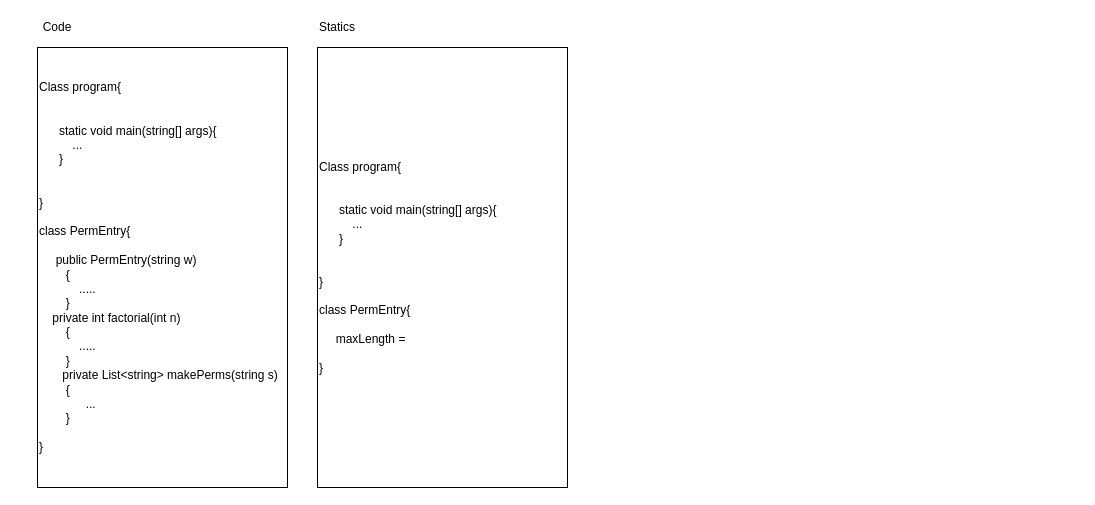
Rosebaugh/CS501 keeps this draw.io diagram as Lab11.drawio. Above is the earlier version. Source tidied: cells renumbered, new cells numbered last; positions are measured from the earlier drawing's top-left corner, leaving out a move shared by most shapes. Both pictures are drawn from the tidied source at 100%, with x=0, y=0 at pixel (37, 17).
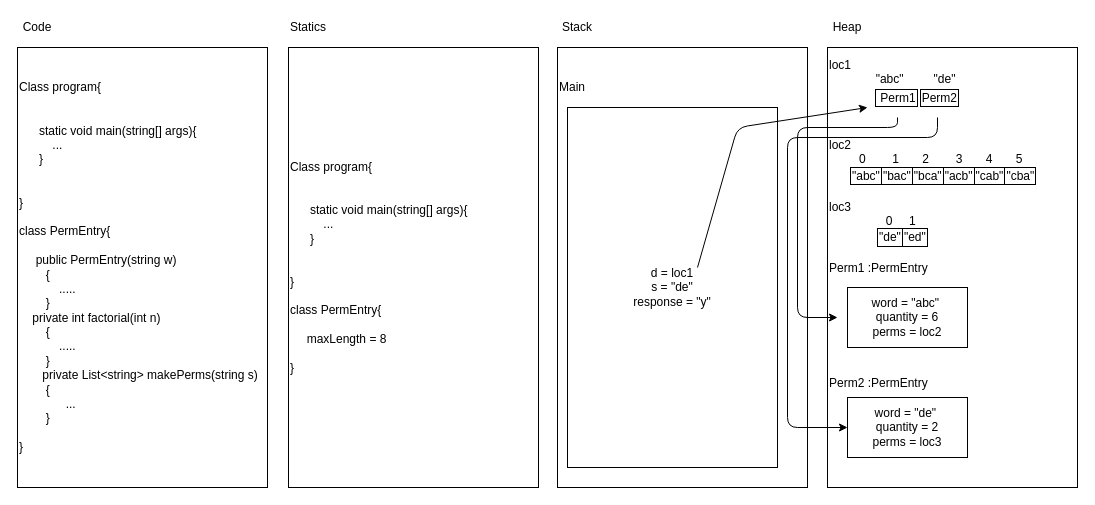
The same diagram, later.

Diff of the diagram source:
```diff
@@
     <mxCell id="2" value="Class program{&lt;br&gt;&lt;br&gt;&lt;div&gt;&lt;br&gt;&lt;/div&gt;&amp;nbsp; &amp;nbsp; &amp;nbsp; static void main(string[] args){&lt;br&gt;&amp;nbsp; &amp;nbsp; &amp;nbsp; &amp;nbsp; &amp;nbsp; ...&lt;br&gt;&amp;nbsp; &amp;nbsp; &amp;nbsp; }&lt;br&gt;&lt;br&gt;&lt;br&gt;}&lt;br&gt;&lt;br&gt;class PermEntry{&lt;br&gt;&lt;br&gt;&amp;nbsp; &amp;nbsp; &amp;nbsp;&lt;span&gt;public PermEntry(string w)&lt;/span&gt;&lt;div&gt;&amp;nbsp; &amp;nbsp; &amp;nbsp; &amp;nbsp; {&lt;/div&gt;&lt;div&gt;&amp;nbsp; &amp;nbsp; &amp;nbsp; &amp;nbsp; &amp;nbsp; &amp;nbsp; .....&lt;/div&gt;&lt;div&gt;&amp;nbsp; &amp;nbsp; &amp;nbsp; &amp;nbsp; }&lt;/div&gt;&lt;div&gt;&amp;nbsp; &amp;nbsp;&amp;nbsp;&lt;span&gt;private int factorial(int n)&lt;/span&gt;&lt;/div&gt;&lt;div&gt;&amp;nbsp; &amp;nbsp; &amp;nbsp; &amp;nbsp; {&lt;/div&gt;&lt;div&gt;&amp;nbsp; &amp;nbsp; &amp;nbsp; &amp;nbsp; &amp;nbsp; &amp;nbsp; .....&lt;/div&gt;&lt;div&gt;&amp;nbsp; &amp;nbsp; &amp;nbsp; &amp;nbsp; }&lt;/div&gt;&amp;nbsp; &amp;nbsp; &amp;nbsp;&amp;nbsp;&lt;span&gt;&amp;nbsp;private List&amp;lt;string&amp;gt; makePerms(string s)&lt;/span&gt;&lt;div&gt;&amp;nbsp; &amp;nbsp; &amp;nbsp; &amp;nbsp; {&lt;/div&gt;&lt;div&gt;&amp;nbsp; &amp;nbsp; &amp;nbsp; &amp;nbsp; &amp;nbsp; &amp;nbsp; &amp;nbsp; ...&lt;/div&gt;&lt;div&gt;&amp;nbsp; &amp;nbsp; &amp;nbsp; &amp;nbsp; }&lt;/div&gt;&lt;br&gt;}" style="rounded=0;whiteSpace=wrap;html=1;align=left;" parent="1" vertex="1">
-      <mxGeometry y="30" width="250" height="440" as="geometry" />
+      <mxGeometry x="-20" y="30" width="250" height="440" as="geometry" />
     </mxCell>
     <mxCell id="3" value="Code" style="text;html=1;strokeColor=none;fillColor=none;align=center;verticalAlign=middle;whiteSpace=wrap;rounded=0;" parent="1" vertex="1">
-      <mxGeometry width="40" height="20" as="geometry" />
+      <mxGeometry x="-20" width="40" height="20" as="geometry" />
     </mxCell>
-    <mxCell id="4" value="Class program{&lt;br&gt;&lt;br&gt;&lt;div&gt;&lt;br&gt;&lt;/div&gt;&amp;nbsp; &amp;nbsp; &amp;nbsp; static void main(string[] args){&lt;br&gt;&amp;nbsp; &amp;nbsp; &amp;nbsp; &amp;nbsp; &amp;nbsp; ...&lt;br&gt;&amp;nbsp; &amp;nbsp; &amp;nbsp; }&lt;br&gt;&lt;br&gt;&lt;br&gt;}&lt;br&gt;&lt;br&gt;class PermEntry{&lt;br&gt;&lt;br&gt;&amp;nbsp; &amp;nbsp; &amp;nbsp;maxLength =&amp;nbsp;&lt;br&gt;&lt;br&gt;}" style="rounded=0;whiteSpace=wrap;html=1;align=left;" parent="1" vertex="1">
-      <mxGeometry x="280" y="30" width="250" height="440" as="geometry" />
+    <mxCell id="4" value="Class program{&lt;br&gt;&lt;br&gt;&lt;div&gt;&lt;br&gt;&lt;/div&gt;&amp;nbsp; &amp;nbsp; &amp;nbsp; static void main(string[] args){&lt;br&gt;&amp;nbsp; &amp;nbsp; &amp;nbsp; &amp;nbsp; &amp;nbsp; ...&lt;br&gt;&amp;nbsp; &amp;nbsp; &amp;nbsp; }&lt;br&gt;&lt;br&gt;&lt;br&gt;}&lt;br&gt;&lt;br&gt;class PermEntry{&lt;br&gt;&lt;br&gt;&amp;nbsp; &amp;nbsp; &amp;nbsp;maxLength = 8&lt;br&gt;&lt;br&gt;}" style="rounded=0;whiteSpace=wrap;html=1;align=left;" parent="1" vertex="1">
+      <mxGeometry x="251" y="30" width="250" height="440" as="geometry" />
     </mxCell>
     <mxCell id="5" value="Statics" style="text;html=1;strokeColor=none;fillColor=none;align=center;verticalAlign=middle;whiteSpace=wrap;rounded=0;" parent="1" vertex="1">
-      <mxGeometry x="280" width="40" height="20" as="geometry" />
+      <mxGeometry x="251" width="40" height="20" as="geometry" />
     </mxCell>
+    <mxCell id="6" value="Main&amp;nbsp; &amp;nbsp; &amp;nbsp; &amp;nbsp; &amp;nbsp; &amp;nbsp; &amp;nbsp; &amp;nbsp; &amp;nbsp; &amp;nbsp; &amp;nbsp; &amp;nbsp; &amp;nbsp; &amp;nbsp; &amp;nbsp; &amp;nbsp; &amp;nbsp; &amp;nbsp; &amp;nbsp; &amp;nbsp; &amp;nbsp; &amp;nbsp;&amp;nbsp;&lt;br&gt;&lt;br&gt;&lt;br&gt;&lt;br&gt;&lt;br&gt;&lt;br&gt;&lt;br&gt;&lt;br&gt;&lt;br&gt;&lt;br&gt;&lt;br&gt;&lt;br&gt;&lt;br&gt;&lt;br&gt;&lt;br&gt;&lt;br&gt;&lt;br&gt;&lt;br&gt;&lt;br&gt;&lt;br&gt;&lt;br&gt;&lt;br&gt;&lt;br&gt;&lt;br&gt;&lt;br&gt;&lt;br&gt;" style="rounded=0;whiteSpace=wrap;html=1;align=left;" parent="1" vertex="1">
+      <mxGeometry x="520" y="30" width="250" height="440" as="geometry" />
+    </mxCell>
+    <mxCell id="7" value="Stack" style="text;html=1;strokeColor=none;fillColor=none;align=center;verticalAlign=middle;whiteSpace=wrap;rounded=0;" parent="1" vertex="1">
+      <mxGeometry x="520" width="40" height="20" as="geometry" />
+    </mxCell>
+    <mxCell id="8" value="d = loc1&lt;br&gt;s = &quot;de&quot;&lt;br&gt;response = &quot;y&quot;" style="rounded=0;whiteSpace=wrap;html=1;align=center;" parent="1" vertex="1">
+      <mxGeometry x="530" y="90" width="210" height="360" as="geometry" />
+    </mxCell>
+    <mxCell id="9" value="loc1&lt;br&gt;&lt;span&gt;&amp;nbsp; &amp;nbsp; &amp;nbsp; &amp;nbsp; &amp;nbsp; &amp;nbsp; &amp;nbsp; &quot;abc&quot;&amp;nbsp; &amp;nbsp; &amp;nbsp; &amp;nbsp; &amp;nbsp;&quot;de&quot;&amp;nbsp;&lt;/span&gt;&lt;span&gt;&amp;nbsp;&lt;/span&gt;&lt;br&gt;&lt;div&gt;&lt;table&gt;&lt;tbody&gt;&lt;tr&gt;&lt;td&gt;&lt;br&gt;&lt;/td&gt;&lt;td&gt;&lt;br&gt;&lt;/td&gt;&lt;td&gt;&lt;br&gt;&lt;/td&gt;&lt;td&gt;&lt;br&gt;&lt;/td&gt;&lt;td&gt;&lt;br&gt;&lt;/td&gt;&lt;td&gt;&lt;br&gt;&lt;/td&gt;&lt;td&gt;&lt;br&gt;&lt;/td&gt;&lt;td&gt;&lt;br&gt;&lt;/td&gt;&lt;td&gt;&lt;br&gt;&lt;/td&gt;&lt;td&gt;&lt;br&gt;&lt;/td&gt;&lt;td&gt;&lt;br&gt;&lt;/td&gt;&lt;td style=&quot;border: 1px solid rgb(0 , 0 , 0) ; border-collapse: collapse&quot;&gt;&lt;span style=&quot;background-color: rgb(255 , 255 , 255)&quot;&gt;&amp;nbsp;Perm1&lt;/span&gt;&lt;/td&gt;&lt;td style=&quot;border: 1px solid rgb(0 , 0 , 0) ; border-collapse: collapse&quot;&gt;&lt;span style=&quot;background-color: rgb(255 , 255 , 255)&quot;&gt;Perm2&lt;/span&gt;&lt;/td&gt;&lt;/tr&gt;&lt;/tbody&gt;&lt;/table&gt;&lt;br&gt;&lt;/div&gt;&lt;div&gt;&lt;br&gt;&lt;/div&gt;&lt;div&gt;loc2&lt;br&gt;&amp;nbsp; &amp;nbsp; &amp;nbsp; &amp;nbsp; &amp;nbsp;0&amp;nbsp; &amp;nbsp; &amp;nbsp; &amp;nbsp; 1&amp;nbsp; &amp;nbsp; &amp;nbsp; &amp;nbsp;2&amp;nbsp; &amp;nbsp; &amp;nbsp; &amp;nbsp; 3&amp;nbsp; &amp;nbsp; &amp;nbsp; &amp;nbsp;4&amp;nbsp; &amp;nbsp; &amp;nbsp; &amp;nbsp;5&amp;nbsp;&amp;nbsp;&lt;br&gt;&lt;div&gt;&lt;table border=&quot;1&quot; style=&quot;border: 1px solid rgb(255 , 255 , 255) ; border-collapse: collapse&quot;&gt;&lt;tbody&gt;&lt;tr&gt;&lt;td style=&quot;border-collapse: collapse&quot;&gt;&lt;br&gt;&lt;/td&gt;&lt;td&gt;&lt;br&gt;&lt;/td&gt;&lt;td style=&quot;border-collapse: collapse&quot;&gt;&lt;br&gt;&lt;/td&gt;&lt;td&gt;&lt;br&gt;&lt;/td&gt;&lt;td&gt;&lt;br&gt;&lt;/td&gt;&lt;td style=&quot;border-collapse: collapse&quot;&gt;&lt;br&gt;&lt;/td&gt;&lt;td style=&quot;border-collapse: collapse&quot;&gt;&lt;br&gt;&lt;/td&gt;&lt;td style=&quot;border: 1px solid rgb(0 , 0 , 0) ; border-collapse: collapse&quot;&gt;&quot;abc&quot;&lt;/td&gt;&lt;td style=&quot;border: 1px solid rgb(0 , 0 , 0) ; border-collapse: collapse&quot;&gt;&quot;bac&quot;&lt;/td&gt;&lt;td style=&quot;border: 1px solid rgb(0 , 0 , 0) ; border-collapse: collapse&quot;&gt;&quot;bca&quot;&lt;/td&gt;&lt;td style=&quot;border: 1px solid rgb(0 , 0 , 0) ; border-collapse: collapse&quot;&gt;&quot;acb&quot;&lt;/td&gt;&lt;td style=&quot;border-collapse: collapse ; border: 1px solid rgb(0 , 0 , 0)&quot;&gt;&lt;span style=&quot;background-color: rgb(255 , 255 , 255)&quot;&gt;&quot;cab&quot;&lt;/span&gt;&lt;/td&gt;&lt;td style=&quot;border-collapse: collapse ; border: 1px solid rgb(0 , 0 , 0)&quot;&gt;&lt;span style=&quot;background-color: rgb(255 , 255 , 255)&quot;&gt;&quot;cba&quot;&lt;/span&gt;&lt;/td&gt;&lt;/tr&gt;&lt;/tbody&gt;&lt;/table&gt;&lt;br&gt;&lt;/div&gt;&lt;div&gt;loc3&lt;br&gt;&amp;nbsp; &amp;nbsp; &amp;nbsp; &amp;nbsp; &amp;nbsp; &amp;nbsp; &amp;nbsp; &amp;nbsp; &amp;nbsp;0&amp;nbsp; &amp;nbsp; &amp;nbsp;1&amp;nbsp;&amp;nbsp;&lt;/div&gt;&lt;/div&gt;&lt;div&gt;&lt;table border=&quot;1&quot; style=&quot;border: 1px solid rgb(255 , 255 , 255) ; border-collapse: collapse&quot;&gt;&lt;tbody&gt;&lt;tr&gt;&lt;td&gt;&lt;br&gt;&lt;/td&gt;&lt;td&gt;&lt;br&gt;&lt;/td&gt;&lt;td&gt;&lt;br&gt;&lt;/td&gt;&lt;td&gt;&lt;br&gt;&lt;/td&gt;&lt;td&gt;&lt;br&gt;&lt;/td&gt;&lt;td&gt;&lt;br&gt;&lt;/td&gt;&lt;td&gt;&lt;br&gt;&lt;/td&gt;&lt;td&gt;&lt;br&gt;&lt;/td&gt;&lt;td&gt;&lt;br&gt;&lt;/td&gt;&lt;td&gt;&lt;br&gt;&lt;/td&gt;&lt;td&gt;&lt;br&gt;&lt;/td&gt;&lt;td&gt;&lt;br&gt;&lt;/td&gt;&lt;td&gt;&lt;br&gt;&lt;/td&gt;&lt;td&gt;&lt;br&gt;&lt;/td&gt;&lt;td&gt;&lt;br&gt;&lt;/td&gt;&lt;td&gt;&lt;br&gt;&lt;/td&gt;&lt;td style=&quot;border-collapse: collapse ; border: 1px solid rgb(0 , 0 , 0)&quot;&gt;&quot;de&quot;&lt;/td&gt;&lt;td style=&quot;border-collapse: collapse ; border: 1px solid rgb(0 , 0 , 0)&quot;&gt;&quot;ed&quot;&lt;/td&gt;&lt;/tr&gt;&lt;/tbody&gt;&lt;/table&gt;&lt;/div&gt;&lt;div&gt;&lt;br&gt;&lt;/div&gt;&lt;div&gt;Perm1 :PermEntry&lt;/div&gt;&lt;div&gt;&lt;br&gt;&lt;/div&gt;&lt;div&gt;&lt;br&gt;&lt;/div&gt;&lt;div&gt;&lt;br&gt;&lt;/div&gt;&lt;div&gt;&lt;br&gt;&lt;/div&gt;&lt;div&gt;&lt;br&gt;&lt;/div&gt;&lt;div&gt;&lt;br&gt;&lt;/div&gt;&lt;div&gt;&lt;br&gt;&lt;/div&gt;&lt;div&gt;&lt;div&gt;Perm2 :PermEntry&lt;/div&gt;&lt;/div&gt;&lt;div&gt;&lt;br&gt;&lt;/div&gt;&lt;div&gt;&lt;br&gt;&lt;/div&gt;&lt;div&gt;&lt;br&gt;&lt;/div&gt;&lt;div&gt;&lt;br&gt;&lt;/div&gt;&lt;div&gt;&lt;br&gt;&lt;/div&gt;&lt;div&gt;&lt;br&gt;&lt;/div&gt;" style="rounded=0;whiteSpace=wrap;html=1;align=left;" parent="1" vertex="1">
+      <mxGeometry x="790" y="30" width="250" height="440" as="geometry" />
+    </mxCell>
+    <mxCell id="10" value="Heap" style="text;html=1;strokeColor=none;fillColor=none;align=center;verticalAlign=middle;whiteSpace=wrap;rounded=0;" parent="1" vertex="1">
+      <mxGeometry x="790" width="40" height="20" as="geometry" />
+    </mxCell>
+    <mxCell id="11" value="word = &quot;abc&quot;&amp;nbsp;&lt;br&gt;quantity = 6&lt;br&gt;perms = loc2" style="rounded=0;whiteSpace=wrap;html=1;" parent="1" vertex="1">
+      <mxGeometry x="810" y="270" width="120" height="60" as="geometry" />
+    </mxCell>
+    <mxCell id="12" value="word = &quot;de&quot;&amp;nbsp;&lt;br&gt;quantity = 2&lt;br&gt;perms = loc3" style="rounded=0;whiteSpace=wrap;html=1;" parent="1" vertex="1">
+      <mxGeometry x="810" y="380" width="120" height="60" as="geometry" />
+    </mxCell>
+    <mxCell id="13" style="endArrow=classic;html=1;" parent="1" edge="1">
+      <mxGeometry relative="1" as="geometry">
+        <mxPoint x="660" y="250" as="sourcePoint" />
+        <mxPoint x="830" y="90" as="targetPoint" />
+        <Array as="points">
+          <mxPoint x="700" y="110" />
+        </Array>
+      </mxGeometry>
+    </mxCell>
+    <mxCell id="14" style="endArrow=classic;html=1;" parent="1" edge="1">
+      <mxGeometry relative="1" as="geometry">
+        <mxPoint x="860" y="100" as="sourcePoint" />
+        <mxPoint x="800" y="300" as="targetPoint" />
+        <Array as="points">
+          <mxPoint x="860" y="110" />
+          <mxPoint x="760" y="110" />
+          <mxPoint x="760" y="300" />
+        </Array>
+      </mxGeometry>
+    </mxCell>
+    <mxCell id="15" style="endArrow=classic;html=1;entryX=0;entryY=0.5;entryDx=0;entryDy=0;" parent="1" edge="1" target="12">
+      <mxGeometry relative="1" as="geometry">
+        <mxPoint x="900" y="100" as="sourcePoint" />
+        <Array as="points">
+          <mxPoint x="900" y="120" />
+          <mxPoint x="750" y="120" />
+          <mxPoint x="750" y="410" />
+        </Array>
+      </mxGeometry>
+    </mxCell>
```
